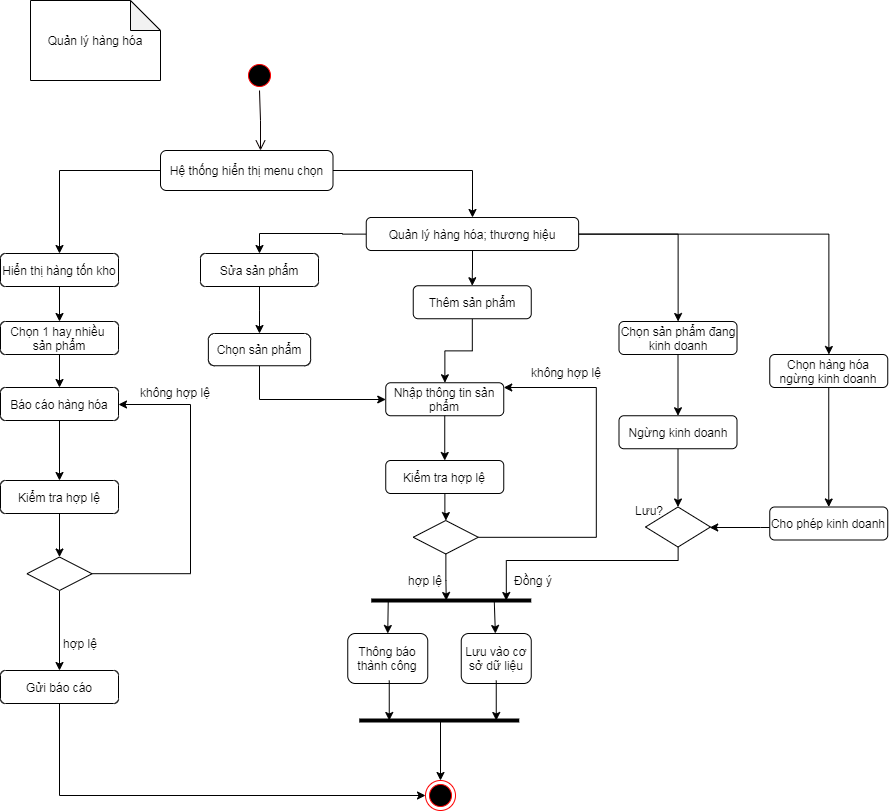
TccKaiCi/PTTK_CuaHangGiay keeps this draw.io diagram as Diagram/Activity/QL_HangHoa - Ver 2.png. Above is the earlier version. Source tidied: cells renumbered, new cells last; positions are measured from the earlier drawing's top-left corner, leaving out a move shared by most shapes.
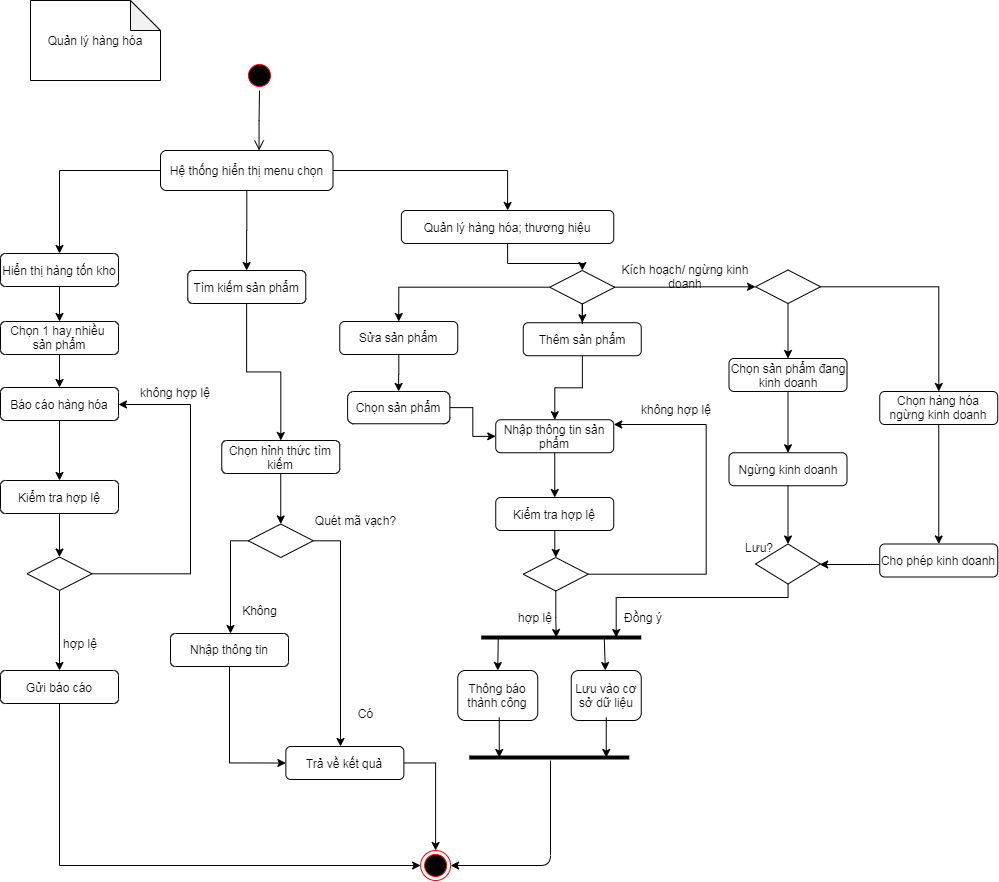
The same diagram one commit later.

What changed in the source:
```diff
@@ -17,29 +17,23 @@
     <mxCell id="6" style="edgeStyle=orthogonalEdgeStyle;rounded=0;jettySize=auto;html=1;strokeColor=#000000;strokeWidth=1;" parent="1" edge="1" source="7" target="14">
       <mxGeometry relative="1" as="geometry" />
     </mxCell>
+    <mxCell id="66" style="edgeStyle=orthogonalEdgeStyle;rounded=0;jettySize=auto;html=1;" parent="1" edge="1" source="7" target="69">
+      <mxGeometry relative="1" as="geometry" />
+    </mxCell>
     <mxCell id="7" value="Hệ thống hiển thị menu chọn" style="rounded=1;whiteSpace=wrap;html=1;" parent="1" vertex="1">
       <mxGeometry x="160" y="150" width="172.5" height="40" as="geometry" />
     </mxCell>
     <mxCell id="8" style="ellipse;html=1;shape=endState;fillColor=#000000;strokeColor=#ff0000;" parent="1" vertex="1">
-      <mxGeometry x="425" y="780" width="30" height="30" as="geometry" />
+      <mxGeometry x="420.1" y="850" width="30" height="30" as="geometry" />
     </mxCell>
     <mxCell id="9" value="không hợp lệ" style="text;html=1;strokeColor=none;fillColor=none;align=center;verticalAlign=middle;whiteSpace=wrap;rounded=0;" parent="1" vertex="1">
-      <mxGeometry x="521.2" y="362.2" width="90" height="20" as="geometry" />
+      <mxGeometry x="631.2" y="399.2" width="90" height="20" as="geometry" />
     </mxCell>
-    <mxCell id="10" style="edgeStyle=orthogonalEdgeStyle;rounded=0;jettySize=auto;html=1;" parent="1" edge="1" source="14" target="18">
-      <mxGeometry relative="1" as="geometry" />
-    </mxCell>
-    <mxCell id="11" style="edgeStyle=orthogonalEdgeStyle;rounded=0;jettySize=auto;html=1;" parent="1" edge="1" source="14" target="48">
-      <mxGeometry relative="1" as="geometry" />
-    </mxCell>
-    <mxCell id="12" style="edgeStyle=orthogonalEdgeStyle;rounded=0;jettySize=auto;html=1;" parent="1" edge="1" source="14" target="51">
-      <mxGeometry relative="1" as="geometry" />
-    </mxCell>
-    <mxCell id="13" style="edgeStyle=orthogonalEdgeStyle;rounded=0;jettySize=auto;html=1;" parent="1" edge="1" source="14" target="39">
-      <mxGeometry relative="1" as="geometry" />
-    </mxCell>
+    <mxCell id="67" style="edgeStyle=orthogonalEdgeStyle;rounded=0;jettySize=auto;html=1;" parent="1" edge="1" source="14" target="73">
+      <mxGeometry relative="1" as="geometry" />
+    </mxCell>
     <mxCell id="14" value="Quản lý hàng hóa; thương hiệu" style="rounded=1;whiteSpace=wrap;html=1;" parent="1" vertex="1">
-      <mxGeometry x="365.8" y="217" width="212.4" height="33" as="geometry" />
+      <mxGeometry x="400.9" y="210" width="212.4" height="33" as="geometry" />
     </mxCell>
     <mxCell id="15" style="edgeStyle=orthogonalEdgeStyle;rounded=0;jettySize=auto;html=1;" parent="1" edge="1" source="16" target="20">
       <mxGeometry relative="1" as="geometry" />
@@ -51,7 +45,7 @@
       <mxGeometry relative="1" as="geometry" />
     </mxCell>
     <mxCell id="18" value="Thêm sản phẩm" style="rounded=1;whiteSpace=wrap;html=1;" parent="1" vertex="1">
-      <mxGeometry x="412.8" y="285.2" width="118" height="33" as="geometry" />
+      <mxGeometry x="522.8" y="322.2" width="118" height="33" as="geometry" />
     </mxCell>
     <mxCell id="19" style="edgeStyle=orthogonalEdgeStyle;rounded=0;jettySize=auto;html=1;" parent="1" edge="1" source="20" target="56">
       <mxGeometry relative="1" as="geometry" />
@@ -63,97 +57,88 @@
       <mxGeometry relative="1" as="geometry" />
     </mxCell>
     <mxCell id="22" value="Nhập thông tin sản phẩm" style="rounded=1;whiteSpace=wrap;html=1;" parent="1" vertex="1">
-      <mxGeometry x="385.2" y="382.2" width="118" height="33" as="geometry" />
+      <mxGeometry x="495.2" y="419.2" width="118" height="33" as="geometry" />
     </mxCell>
     <mxCell id="23" style="edgeStyle=orthogonalEdgeStyle;rounded=0;jettySize=auto;html=1;" parent="1" edge="1" source="24" target="27">
       <mxGeometry relative="1" as="geometry" />
     </mxCell>
     <mxCell id="24" value="Kiểm tra hợp lệ" style="rounded=1;whiteSpace=wrap;html=1;" parent="1" vertex="1">
-      <mxGeometry x="385.2" y="460" width="118" height="33" as="geometry" />
+      <mxGeometry x="495.2" y="497" width="118" height="33" as="geometry" />
     </mxCell>
     <mxCell id="25" style="edgeStyle=orthogonalEdgeStyle;rounded=0;jettySize=auto;html=1;" parent="1" edge="1" source="27" target="22">
       <mxGeometry relative="1" as="geometry">
         <Array as="points">
-          <mxPoint x="595.8" y="537" />
-          <mxPoint x="595.8" y="387" />
+          <mxPoint x="705.8" y="574" />
+          <mxPoint x="705.8" y="424" />
         </Array>
       </mxGeometry>
     </mxCell>
     <mxCell id="26" style="edgeStyle=orthogonalEdgeStyle;rounded=0;jettySize=auto;html=1;" parent="1" edge="1" source="27">
       <mxGeometry relative="1" as="geometry">
-        <mxPoint x="445.8" y="600" as="targetPoint" />
+        <mxPoint x="555.8" y="637" as="targetPoint" />
         <Array as="points">
-          <mxPoint x="445.8" y="580" />
-          <mxPoint x="445.8" y="580" />
+          <mxPoint x="555.8" y="617" />
+          <mxPoint x="555.8" y="617" />
         </Array>
       </mxGeometry>
     </mxCell>
     <mxCell id="27" style="rhombus;whiteSpace=wrap;html=1;" parent="1" vertex="1">
-      <mxGeometry x="412.8" y="520" width="65" height="33.5" as="geometry" />
+      <mxGeometry x="522.8" y="557" width="65" height="33.5" as="geometry" />
     </mxCell>
     <mxCell id="28" style="endArrow=none;html=1;strokeColor=#000000;strokeWidth=4;" parent="1" edge="1">
       <mxGeometry relative="1" as="geometry">
-        <mxPoint x="370.8" y="600" as="sourcePoint" />
-        <mxPoint x="530.8" y="600" as="targetPoint" />
+        <mxPoint x="480.8" y="637" as="sourcePoint" />
+        <mxPoint x="640.8" y="637" as="targetPoint" />
       </mxGeometry>
     </mxCell>
     <mxCell id="29" value="hợp lệ" style="text;html=1;strokeColor=none;fillColor=none;align=center;verticalAlign=middle;whiteSpace=wrap;rounded=0;" parent="1" vertex="1">
-      <mxGeometry x="395" y="570" width="60" height="20" as="geometry" />
+      <mxGeometry x="505" y="607" width="60" height="20" as="geometry" />
     </mxCell>
     <mxCell id="30" value="Thông báo thành công" style="rounded=1;whiteSpace=wrap;html=1;" parent="1" vertex="1">
-      <mxGeometry x="347.2" y="633" width="80" height="50" as="geometry" />
+      <mxGeometry x="457.2" y="670" width="80" height="50" as="geometry" />
     </mxCell>
     <mxCell id="31" value="Lưu vào cơ sở dữ liệu" style="rounded=1;whiteSpace=wrap;html=1;" parent="1" vertex="1">
-      <mxGeometry x="460.8" y="633" width="70" height="50" as="geometry" />
+      <mxGeometry x="570.8" y="670" width="70" height="50" as="geometry" />
     </mxCell>
     <mxCell id="32" style="endArrow=classic;html=1;strokeColor=#000000;strokeWidth=1;entryX=0.5;entryY=0;entryDx=0;entryDy=0;" parent="1" edge="1" target="30">
       <mxGeometry relative="1" as="geometry">
-        <mxPoint x="387.8" y="600" as="sourcePoint" />
+        <mxPoint x="497.8" y="637" as="sourcePoint" />
       </mxGeometry>
     </mxCell>
     <mxCell id="33" style="endArrow=classic;html=1;strokeColor=#000000;strokeWidth=1;" parent="1" edge="1" target="31">
       <mxGeometry relative="1" as="geometry">
-        <mxPoint x="493.8" y="600" as="sourcePoint" />
+        <mxPoint x="603.8" y="637" as="sourcePoint" />
       </mxGeometry>
     </mxCell>
     <mxCell id="34" style="endArrow=none;html=1;strokeColor=#000000;strokeWidth=4;" parent="1" edge="1">
       <mxGeometry relative="1" as="geometry">
-        <mxPoint x="358.8" y="720" as="sourcePoint" />
-        <mxPoint x="518.8" y="720" as="targetPoint" />
+        <mxPoint x="468.8" y="757" as="sourcePoint" />
+        <mxPoint x="628.8" y="757" as="targetPoint" />
       </mxGeometry>
     </mxCell>
     <mxCell id="35" style="endArrow=classic;html=1;strokeColor=#000000;strokeWidth=1;" parent="1" edge="1">
       <mxGeometry relative="1" as="geometry">
-        <mxPoint x="388.8" y="680" as="sourcePoint" />
-        <mxPoint x="388.8" y="720" as="targetPoint" />
+        <mxPoint x="498.8" y="717" as="sourcePoint" />
+        <mxPoint x="498.8" y="757" as="targetPoint" />
       </mxGeometry>
     </mxCell>
     <mxCell id="36" style="endArrow=classic;html=1;strokeColor=#000000;strokeWidth=1;" parent="1" edge="1">
       <mxGeometry relative="1" as="geometry">
-        <mxPoint x="495.8" y="680" as="sourcePoint" />
-        <mxPoint x="495.8" y="720" as="targetPoint" />
+        <mxPoint x="605.8" y="717" as="sourcePoint" />
+        <mxPoint x="605.8" y="757" as="targetPoint" />
       </mxGeometry>
     </mxCell>
-    <mxCell id="37" style="endArrow=classic;html=1;strokeColor=#000000;strokeWidth=1;entryX=0.5;entryY=0;entryDx=0;entryDy=0;" parent="1" edge="1" target="8">
-      <mxGeometry relative="1" as="geometry">
-        <mxPoint x="440" y="720" as="sourcePoint" />
-      </mxGeometry>
-    </mxCell>
     <mxCell id="38" style="edgeStyle=orthogonalEdgeStyle;rounded=0;jettySize=auto;html=1;" parent="1" edge="1" source="39" target="41">
       <mxGeometry relative="1" as="geometry" />
     </mxCell>
     <mxCell id="39" value="Sửa sản phẩm" style="rounded=1;whiteSpace=wrap;html=1;" parent="1" vertex="1">
-      <mxGeometry x="200" y="253" width="118" height="33" as="geometry" />
+      <mxGeometry x="339.2" y="321" width="118" height="33" as="geometry" />
     </mxCell>
     <mxCell id="40" style="edgeStyle=orthogonalEdgeStyle;rounded=0;jettySize=auto;html=1;" parent="1" edge="1" source="41" target="22">
-      <mxGeometry relative="1" as="geometry">
-        <Array as="points">
-          <mxPoint x="258.8" y="399" />
-        </Array>
-      </mxGeometry>
+      <mxGeometry relative="1" as="geometry" />
     </mxCell>
     <mxCell id="41" value="Chọn sản phẩm" style="rounded=1;whiteSpace=wrap;html=1;direction=south;arcSize=19;" parent="1" vertex="1">
-      <mxGeometry x="207.9" y="333" width="102.2" height="32.2" as="geometry" />
+      <mxGeometry x="347.1" y="391" width="102.2" height="32.2" as="geometry" />
     </mxCell>
     <mxCell id="42" style="edgeStyle=orthogonalEdgeStyle;rounded=0;orthogonalLoop=1;jettySize=auto;html=1;exitX=0.5;exitY=1;exitDx=0;exitDy=0;" parent="1" edge="1" source="27" target="27">
       <mxGeometry relative="1" as="geometry" />
@@ -162,49 +147,49 @@
       <mxGeometry relative="1" as="geometry" />
     </mxCell>
     <mxCell id="44" value="Ngừng kinh doanh" style="rounded=1;whiteSpace=wrap;html=1;" parent="1" vertex="1">
-      <mxGeometry x="618.5" y="415.2" width="118" height="33" as="geometry" />
+      <mxGeometry x="728.5" y="452.2" width="118" height="33" as="geometry" />
     </mxCell>
     <mxCell id="45" style="edgeStyle=orthogonalEdgeStyle;rounded=0;jettySize=auto;html=1;" parent="1" edge="1" source="46" target="50">
       <mxGeometry relative="1" as="geometry">
         <Array as="points">
-          <mxPoint x="760" y="527" />
-          <mxPoint x="760" y="527" />
+          <mxPoint x="870" y="564" />
+          <mxPoint x="870" y="564" />
         </Array>
       </mxGeometry>
     </mxCell>
     <mxCell id="46" value="Cho phép kinh doanh" style="rounded=1;whiteSpace=wrap;html=1;" parent="1" vertex="1">
-      <mxGeometry x="769.2" y="506.5" width="118" height="33" as="geometry" />
+      <mxGeometry x="879.2" y="543.5" width="118" height="33" as="geometry" />
     </mxCell>
     <mxCell id="47" style="edgeStyle=orthogonalEdgeStyle;rounded=0;jettySize=auto;html=1;" parent="1" edge="1" source="48" target="44">
       <mxGeometry relative="1" as="geometry" />
     </mxCell>
     <mxCell id="48" value="Chọn sản phẩm đang kinh doanh" style="rounded=1;whiteSpace=wrap;html=1;" parent="1" vertex="1">
-      <mxGeometry x="618.5" y="321" width="118" height="33" as="geometry" />
+      <mxGeometry x="728.5" y="358" width="118" height="33" as="geometry" />
     </mxCell>
     <mxCell id="49" style="edgeStyle=orthogonalEdgeStyle;rounded=0;jettySize=auto;html=1;" parent="1" edge="1" source="50">
       <mxGeometry relative="1" as="geometry">
-        <mxPoint x="505.8" y="600" as="targetPoint" />
+        <mxPoint x="615.8" y="637" as="targetPoint" />
         <Array as="points">
-          <mxPoint x="677.8" y="560" />
-          <mxPoint x="505.8" y="560" />
-          <mxPoint x="505.8" y="600" />
+          <mxPoint x="787.8" y="597" />
+          <mxPoint x="615.8" y="597" />
+          <mxPoint x="615.8" y="637" />
         </Array>
       </mxGeometry>
     </mxCell>
     <mxCell id="50" style="rhombus;whiteSpace=wrap;html=1;" parent="1" vertex="1">
-      <mxGeometry x="645" y="506.5" width="65" height="40" as="geometry" />
+      <mxGeometry x="755" y="543.5" width="65" height="40" as="geometry" />
     </mxCell>
     <mxCell id="51" value="Chọn hàng hóa ngừng kinh doanh" style="rounded=1;whiteSpace=wrap;html=1;" parent="1" vertex="1">
-      <mxGeometry x="769.2" y="354" width="118" height="33" as="geometry" />
+      <mxGeometry x="879.2" y="391" width="118" height="33" as="geometry" />
     </mxCell>
     <mxCell id="52" style="edgeStyle=orthogonalEdgeStyle;rounded=0;jettySize=auto;html=1;" parent="1" edge="1" source="51" target="46">
       <mxGeometry relative="1" as="geometry" />
     </mxCell>
     <mxCell id="53" value="Lưu?" style="text;html=1;strokeColor=none;fillColor=none;align=center;verticalAlign=middle;whiteSpace=wrap;rounded=0;" parent="1" vertex="1">
-      <mxGeometry x="618.5" y="500" width="60" height="20" as="geometry" />
+      <mxGeometry x="728.5" y="537" width="60" height="20" as="geometry" />
     </mxCell>
     <mxCell id="54" value="Đồng ý" style="text;html=1;strokeColor=none;fillColor=none;align=center;verticalAlign=middle;whiteSpace=wrap;rounded=0;" parent="1" vertex="1">
-      <mxGeometry x="503.2" y="570" width="60" height="20" as="geometry" />
+      <mxGeometry x="613.2" y="607" width="60" height="20" as="geometry" />
     </mxCell>
     <mxCell id="55" style="edgeStyle=orthogonalEdgeStyle;rounded=0;jettySize=auto;html=1;entryX=0.5;entryY=0;entryDx=0;entryDy=0;" parent="1" edge="1" source="56" target="58">
       <mxGeometry relative="1" as="geometry" />
@@ -241,12 +226,94 @@
     <mxCell id="64" style="edgeStyle=orthogonalEdgeStyle;rounded=0;jettySize=auto;html=1;" parent="1" edge="1" source="65" target="8">
       <mxGeometry relative="1" as="geometry">
         <Array as="points">
-          <mxPoint x="59" y="795" />
+          <mxPoint x="59" y="865" />
         </Array>
       </mxGeometry>
     </mxCell>
     <mxCell id="65" value="Gửi báo cáo" style="rounded=1;whiteSpace=wrap;html=1;" parent="1" vertex="1">
       <mxGeometry y="670" width="118" height="33" as="geometry" />
     </mxCell>
+    <mxCell id="68" style="edgeStyle=orthogonalEdgeStyle;rounded=0;jettySize=auto;html=1;" parent="1" edge="1" source="69" target="80">
+      <mxGeometry relative="1" as="geometry" />
+    </mxCell>
+    <mxCell id="69" value="Tìm kiếm sản phẩm" style="rounded=1;whiteSpace=wrap;html=1;" parent="1" vertex="1">
+      <mxGeometry x="187.2" y="270" width="118" height="33" as="geometry" />
+    </mxCell>
+    <mxCell id="70" style="edgeStyle=orthogonalEdgeStyle;rounded=0;jettySize=auto;html=1;entryX=0.5;entryY=0;entryDx=0;entryDy=0;" parent="1" edge="1" source="73" target="39">
+      <mxGeometry relative="1" as="geometry" />
+    </mxCell>
+    <mxCell id="71" style="edgeStyle=orthogonalEdgeStyle;rounded=0;jettySize=auto;html=1;" parent="1" edge="1" source="73" target="18">
+      <mxGeometry relative="1" as="geometry" />
+    </mxCell>
+    <mxCell id="72" style="edgeStyle=orthogonalEdgeStyle;rounded=0;jettySize=auto;html=1;" parent="1" edge="1" source="73" target="76">
+      <mxGeometry relative="1" as="geometry" />
+    </mxCell>
+    <mxCell id="73" style="rhombus;whiteSpace=wrap;html=1;" parent="1" vertex="1">
+      <mxGeometry x="549.2" y="270" width="65" height="33.5" as="geometry" />
+    </mxCell>
+    <mxCell id="74" style="edgeStyle=orthogonalEdgeStyle;rounded=0;jettySize=auto;html=1;" parent="1" edge="1" source="76" target="48">
+      <mxGeometry relative="1" as="geometry" />
+    </mxCell>
+    <mxCell id="75" style="edgeStyle=orthogonalEdgeStyle;rounded=0;jettySize=auto;html=1;" parent="1" edge="1" source="76" target="51">
+      <mxGeometry relative="1" as="geometry" />
+    </mxCell>
+    <mxCell id="76" style="rhombus;whiteSpace=wrap;html=1;" parent="1" vertex="1">
+      <mxGeometry x="755" y="269.5" width="65" height="33.5" as="geometry" />
+    </mxCell>
+    <mxCell id="77" value="Kích hoạch/ ngừng kinh doanh" style="text;html=1;strokeColor=none;fillColor=none;align=center;verticalAlign=middle;whiteSpace=wrap;rounded=0;" parent="1" vertex="1">
+      <mxGeometry x="620" y="266" width="130" height="20" as="geometry" />
+    </mxCell>
+    <mxCell id="78" style="endArrow=classic;html=1;" parent="1" edge="1" target="8">
+      <mxGeometry relative="1" as="geometry">
+        <mxPoint x="550" y="760" as="sourcePoint" />
+        <Array as="points">
+          <mxPoint x="550" y="865" />
+        </Array>
+      </mxGeometry>
+    </mxCell>
+    <mxCell id="79" style="edgeStyle=orthogonalEdgeStyle;rounded=0;jettySize=auto;html=1;" parent="1" edge="1" source="80" target="83">
+      <mxGeometry relative="1" as="geometry" />
+    </mxCell>
+    <mxCell id="80" value="Chọn hỉnh thức tìm kiếm" style="rounded=1;whiteSpace=wrap;html=1;" parent="1" vertex="1">
+      <mxGeometry x="221.2" y="440" width="118" height="33" as="geometry" />
+    </mxCell>
+    <mxCell id="81" style="edgeStyle=orthogonalEdgeStyle;rounded=0;jettySize=auto;html=1;" parent="1" edge="1" source="83" target="86">
+      <mxGeometry relative="1" as="geometry">
+        <Array as="points">
+          <mxPoint x="230" y="540" />
+        </Array>
+      </mxGeometry>
+    </mxCell>
+    <mxCell id="82" style="edgeStyle=orthogonalEdgeStyle;rounded=0;jettySize=auto;html=1;" parent="1" edge="1" source="83" target="89">
+      <mxGeometry relative="1" as="geometry">
+        <Array as="points">
+          <mxPoint x="340" y="540" />
+        </Array>
+      </mxGeometry>
+    </mxCell>
+    <mxCell id="83" style="rhombus;whiteSpace=wrap;html=1;" parent="1" vertex="1">
+      <mxGeometry x="247.8" y="523.5" width="65" height="33.5" as="geometry" />
+    </mxCell>
+    <mxCell id="84" value="Quét mã vạch?" style="text;html=1;strokeColor=none;fillColor=none;align=center;verticalAlign=middle;whiteSpace=wrap;rounded=0;" parent="1" vertex="1">
+      <mxGeometry x="312.8" y="510" width="84.8" height="20" as="geometry" />
+    </mxCell>
+    <mxCell id="85" style="edgeStyle=orthogonalEdgeStyle;rounded=0;jettySize=auto;html=1;entryX=0;entryY=0.5;entryDx=0;entryDy=0;" parent="1" edge="1" source="86" target="89">
+      <mxGeometry relative="1" as="geometry" />
+    </mxCell>
+    <mxCell id="86" value="Nhập thông tin" style="rounded=1;whiteSpace=wrap;html=1;" parent="1" vertex="1">
+      <mxGeometry x="170" y="633" width="118" height="33" as="geometry" />
+    </mxCell>
+    <mxCell id="87" value="Không" style="text;html=1;strokeColor=none;fillColor=none;align=center;verticalAlign=middle;whiteSpace=wrap;rounded=0;" parent="1" vertex="1">
+      <mxGeometry x="232.6" y="600" width="52.8" height="20" as="geometry" />
+    </mxCell>
+    <mxCell id="88" style="edgeStyle=orthogonalEdgeStyle;rounded=0;jettySize=auto;html=1;" parent="1" edge="1" source="89" target="8">
+      <mxGeometry relative="1" as="geometry" />
+    </mxCell>
+    <mxCell id="89" value="Trả về kết quả" style="rounded=1;whiteSpace=wrap;html=1;" parent="1" vertex="1">
+      <mxGeometry x="285.4" y="746" width="118" height="33" as="geometry" />
+    </mxCell>
+    <mxCell id="90" value="Có" style="text;html=1;strokeColor=none;fillColor=none;align=center;verticalAlign=middle;whiteSpace=wrap;rounded=0;" parent="1" vertex="1">
+      <mxGeometry x="339.2" y="703" width="52.8" height="20" as="geometry" />
+    </mxCell>
   </root>
 </mxGraphModel>
```
